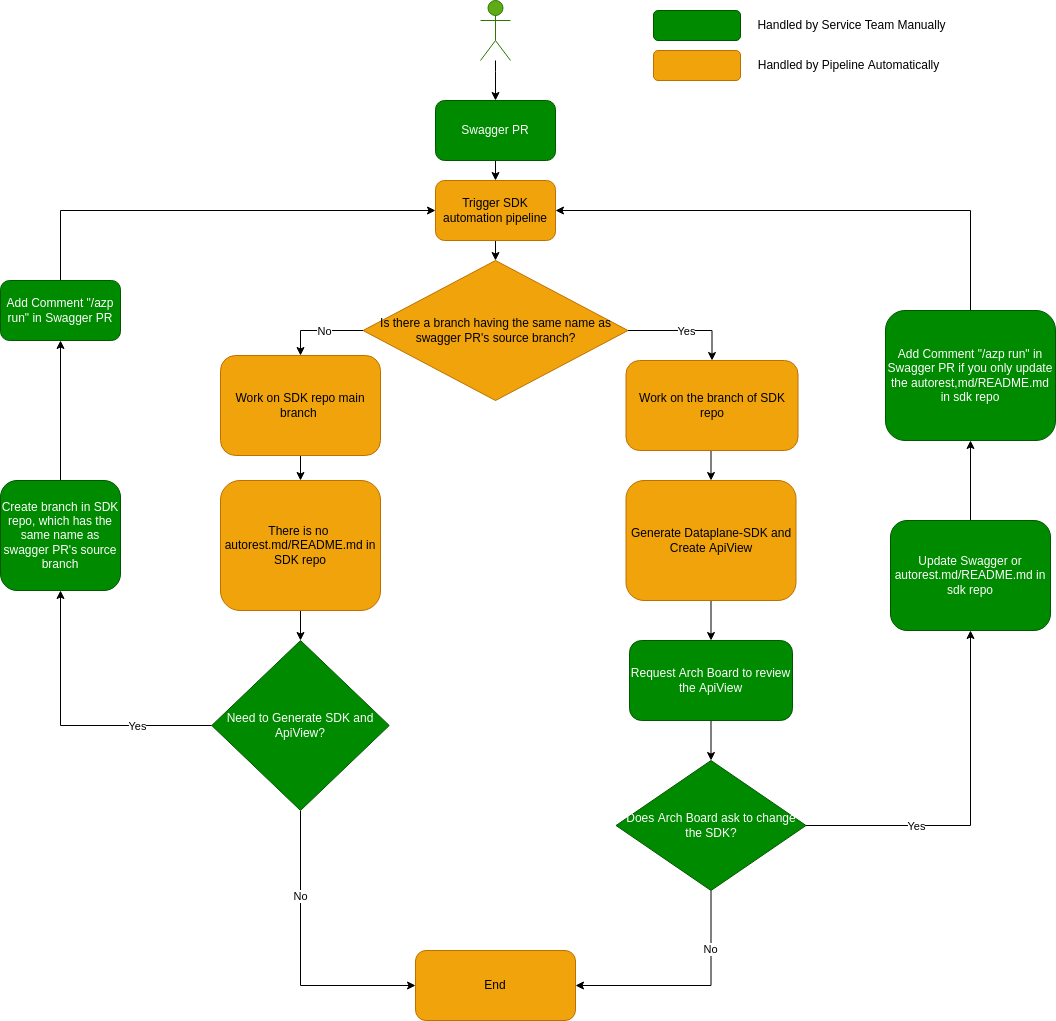
Above: documentation/onboard-dpg-in-sdkautomation/workflow-new-sdk.drawio.png in Azure/azure-rest-api-specs (draw.io), before the change. Source tidied: cells renumbered, new cells last; positions are measured from the earlier drawing's top-left corner, leaving out a move shared by most shapes.
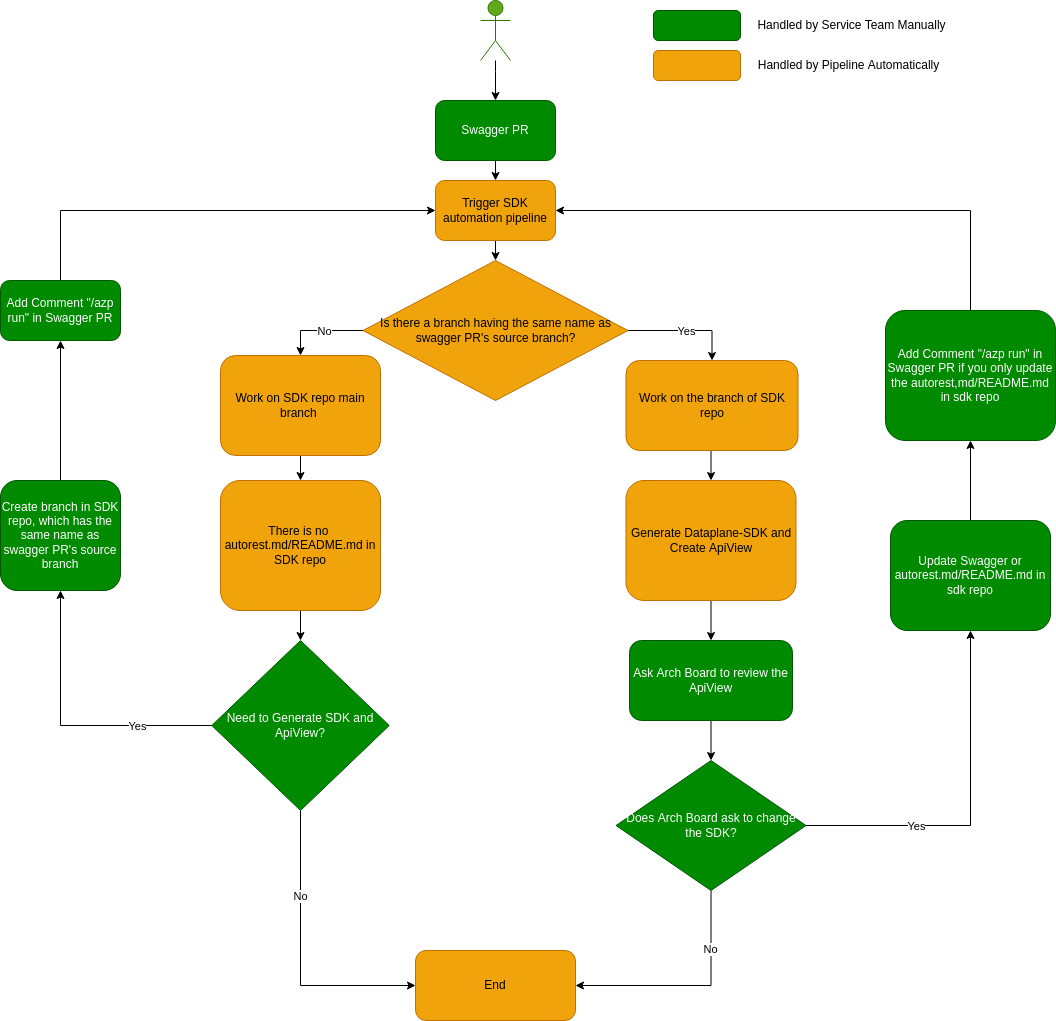
Above is the later version.

Commit message:
dpg sdk automation doc

The edit, as a diff of the source:
```diff
@@ -108,7 +108,7 @@
     <mxCell id="35" style="edgeStyle=orthogonalEdgeStyle;rounded=0;jettySize=auto;html=1;exitX=0.5;exitY=1;exitDx=0;exitDy=0;entryX=0.5;entryY=0;entryDx=0;entryDy=0;" parent="1" edge="1" source="36" target="41">
       <mxGeometry relative="1" as="geometry" />
     </mxCell>
-    <mxCell id="36" value="Request Arch Board to review the ApiView" style="rounded=1;whiteSpace=wrap;html=1;fillColor=#008a00;fontColor=#ffffff;strokeColor=#005700;" parent="1" vertex="1">
+    <mxCell id="36" value="Ask Arch Board to review the ApiView" style="rounded=1;whiteSpace=wrap;html=1;fillColor=#008a00;fontColor=#ffffff;strokeColor=#005700;" parent="1" vertex="1">
       <mxGeometry x="629" y="640" width="163" height="80" as="geometry" />
     </mxCell>
     <mxCell id="37" style="edgeStyle=orthogonalEdgeStyle;rounded=0;jettySize=auto;html=1;exitX=0.5;exitY=1;exitDx=0;exitDy=0;entryX=1;entryY=0.5;entryDx=0;entryDy=0;" parent="1" edge="1" source="41" target="15">
```
